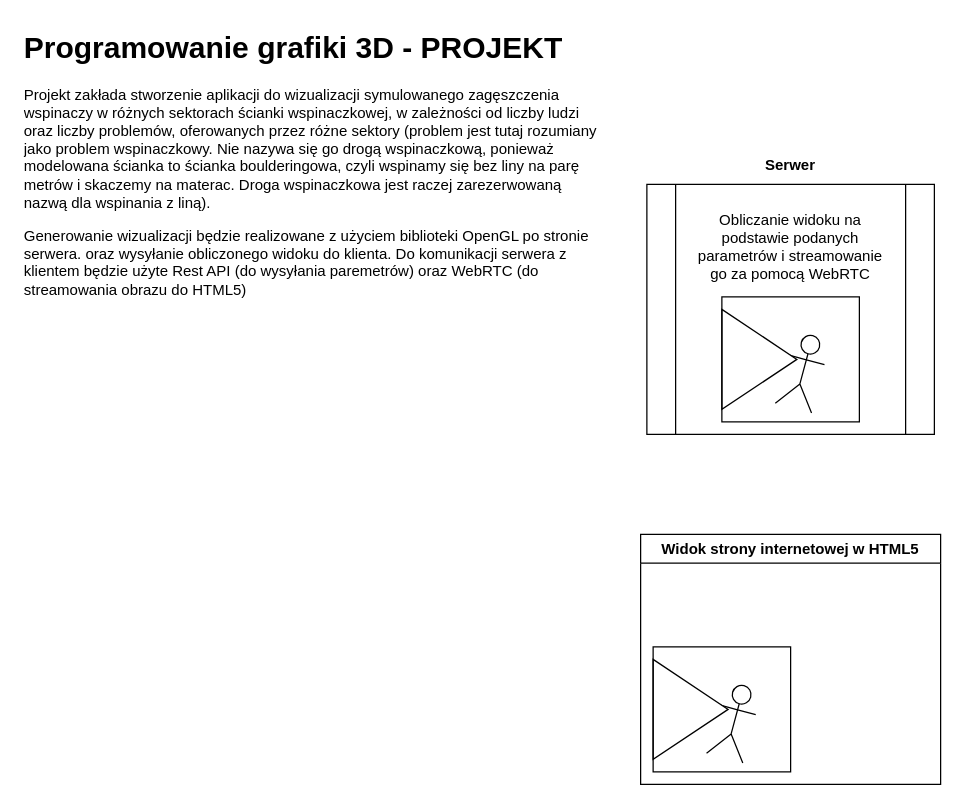
Ember404/sztuczna-inteligencja keeps this draw.io diagram as openglidea.drawio. Above is the earlier version. Source tidied: cells renumbered, new cells numbered last; positions are measured from the earlier drawing's top-left corner, leaving out a move shared by most shapes. Both pictures are drawn from the tidied source at 125%, with x=0, y=0 at pixel (21, 21).
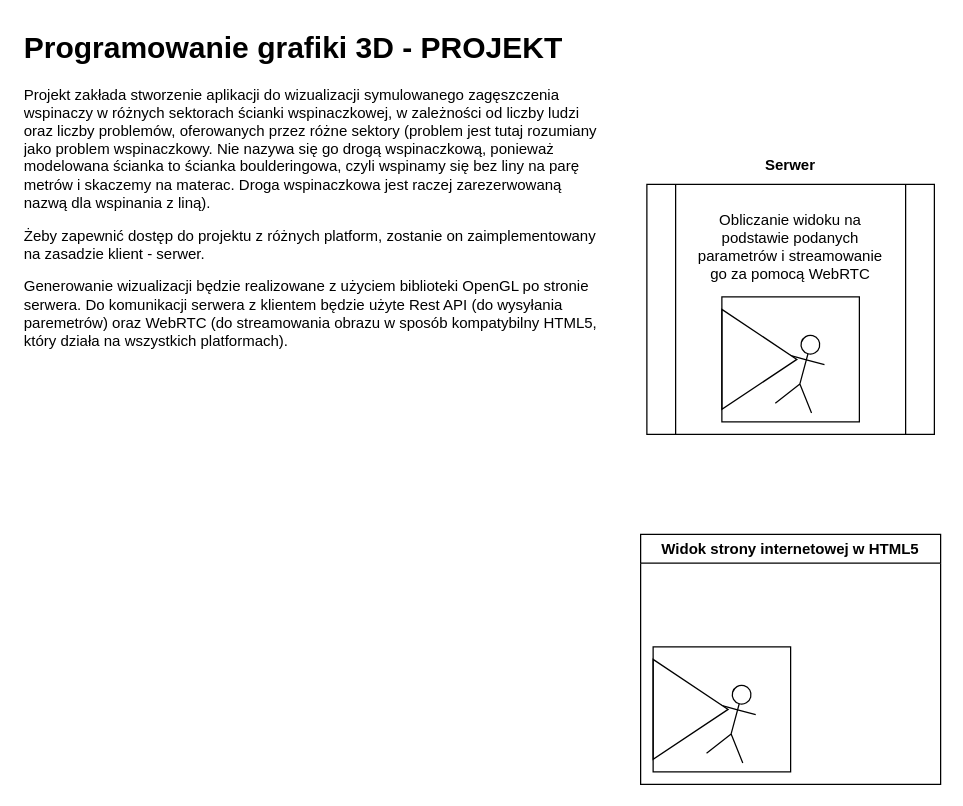
Above is the later version.

Change to the diagram source:
```diff
@@
 <mxGraphModel>
   <root>
     <mxCell id="0" />
     <mxCell id="1" parent="0" />
-    <mxCell id="2" value="&lt;h1 style=&quot;margin-top: 0px;&quot;&gt;Programowanie grafiki 3D - PROJEKT&lt;/h1&gt;&lt;p&gt;Projekt zakłada stworzenie aplikacji do wizualizacji symulowanego zagęszczenia wspinaczy w różnych sektorach ścianki wspinaczkowej, w zależności od liczby ludzi oraz liczby problemów, oferowanych przez różne sektory (problem jest tutaj rozumiany jako problem wspinaczkowy. Nie nazywa się go drogą wspinaczkową, ponieważ modelowana ścianka to ścianka boulderingowa, czyli wspinamy się bez liny na parę metrów i skaczemy na materac. Droga wspinaczkowa jest raczej zarezerwowaną nazwą dla wspinania z liną).&lt;/p&gt;&lt;p&gt;Generowanie wizualizacji będzie realizowane z użyciem biblioteki OpenGL po stronie serwera. oraz wysyłanie obliczonego widoku do klienta. Do komunikacji serwera z klientem będzie użyte Rest API (do wysyłania paremetrów) oraz WebRTC (do streamowania obrazu do HTML5)&lt;/p&gt;" style="text;html=1;whiteSpace=wrap;overflow=hidden;rounded=0;" parent="1" vertex="1">
+    <mxCell id="2" value="&lt;h1 style=&quot;margin-top: 0px;&quot;&gt;Programowanie grafiki 3D - PROJEKT&lt;/h1&gt;&lt;p&gt;Projekt zakłada stworzenie aplikacji do wizualizacji symulowanego zagęszczenia wspinaczy w różnych sektorach ścianki wspinaczkowej, w zależności od liczby ludzi oraz liczby problemów, oferowanych przez różne sektory (problem jest tutaj rozumiany jako problem wspinaczkowy. Nie nazywa się go drogą wspinaczkową, ponieważ modelowana ścianka to ścianka boulderingowa, czyli wspinamy się bez liny na parę metrów i skaczemy na materac. Droga wspinaczkowa jest raczej zarezerwowaną nazwą dla wspinania z liną).&lt;/p&gt;&lt;p&gt;Żeby zapewnić dostęp do projektu z różnych platform, zostanie on zaimplementowany na zasadzie klient - serwer.&lt;/p&gt;&lt;p&gt;Generowanie wizualizacji będzie realizowane z użyciem biblioteki OpenGL po stronie serwera. Do komunikacji serwera z klientem będzie użyte Rest API (do wysyłania paremetrów) oraz WebRTC (do streamowania obrazu w sposób kompatybilny HTML5, który działa na wszystkich platformach).&lt;/p&gt;" style="text;html=1;whiteSpace=wrap;overflow=hidden;rounded=0;" parent="1" vertex="1">
       <mxGeometry width="470" height="490" as="geometry" />
     </mxCell>
     <mxCell id="3" style="shape=process;whiteSpace=wrap;html=1;backgroundOutline=1;" parent="1" vertex="1">
       <mxGeometry x="500" y="130" width="230" height="200" as="geometry" />
     </mxCell>
     <mxCell id="4" value="Widok strony internetowej w HTML5" style="swimlane;whiteSpace=wrap;html=1;" parent="1" vertex="1">
       <mxGeometry x="495" y="410" width="240" height="200" as="geometry" />
     </mxCell>
     <mxCell id="5" value="Actor" style="shape=umlActor;verticalLabelPosition=bottom;verticalAlign=top;rotation=15;strokeColor=default;fillColor=none;fontSize=9;textOpacity=0;" parent="4" vertex="1">
       <mxGeometry x="60" y="120" width="30" height="60" as="geometry" />
     </mxCell>
     <mxCell id="6" style="triangle;whiteSpace=wrap;html=1;" parent="4" vertex="1">
       <mxGeometry x="10" y="100" width="60" height="80" as="geometry" />
     </mxCell>
     <mxCell id="7" style="rounded=0;whiteSpace=wrap;html=1;fillColor=none;" parent="4" vertex="1">
       <mxGeometry x="10" y="90" width="110" height="100" as="geometry" />
     </mxCell>
     <mxCell id="8" value="Actor" style="shape=umlActor;verticalLabelPosition=bottom;verticalAlign=top;rotation=15;strokeColor=default;fillColor=none;fontSize=9;textOpacity=0;" parent="1" vertex="1">
       <mxGeometry x="610" y="250" width="30" height="60" as="geometry" />
     </mxCell>
     <mxCell id="9" style="triangle;whiteSpace=wrap;html=1;" parent="1" vertex="1">
       <mxGeometry x="560" y="230" width="60" height="80" as="geometry" />
     </mxCell>
     <mxCell id="10" style="rounded=0;whiteSpace=wrap;html=1;fillColor=none;" parent="1" vertex="1">
       <mxGeometry x="560" y="220" width="110" height="100" as="geometry" />
     </mxCell>
     <mxCell id="11" value="Serwer" style="text;html=1;align=center;verticalAlign=middle;whiteSpace=wrap;rounded=0;fontStyle=1;" parent="1" vertex="1">
       <mxGeometry x="555" y="100" width="120" height="30" as="geometry" />
     </mxCell>
     <mxCell id="12" value="Obliczanie widoku na podstawie podanych parametrów i streamowanie go za pomocą WebRTC" style="text;html=1;align=center;verticalAlign=middle;whiteSpace=wrap;rounded=0;" parent="1" vertex="1">
       <mxGeometry x="535" y="140" width="160" height="80" as="geometry" />
     </mxCell>
   </root>
 </mxGraphModel>
```
